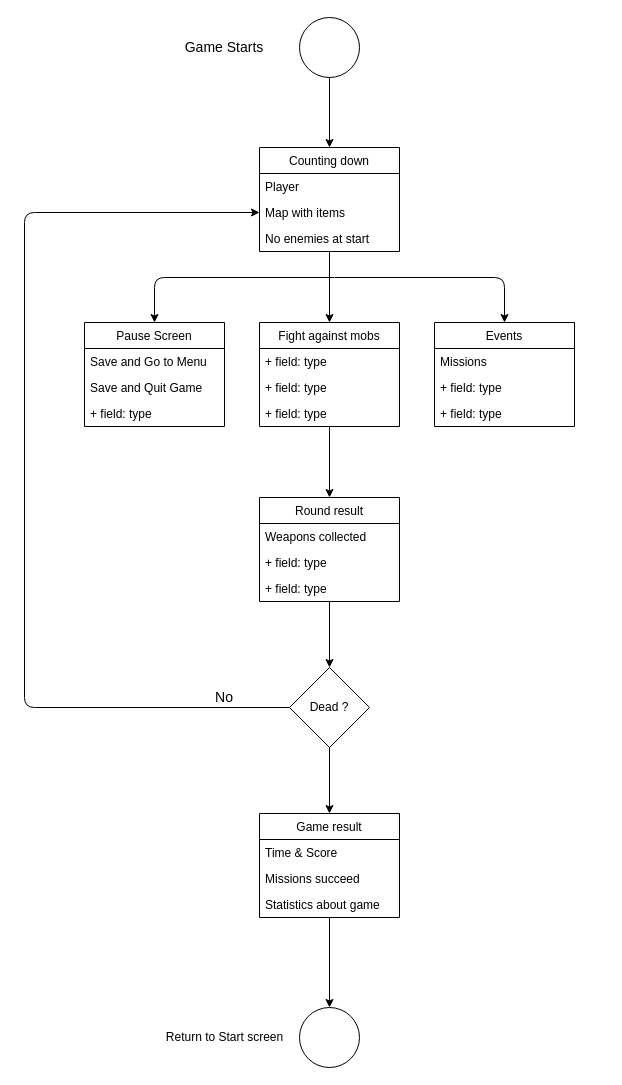
Above: GameRunning.drawio in RomainGsd/Binus-GameDesign (draw.io), before the change. Source tidied: cells renumbered, new cells numbered last; positions are measured from the earlier drawing's top-left corner, leaving out a move shared by most shapes. Both pictures are drawn from the tidied source at 100%, with x=0, y=0 at pixel (24, 17).
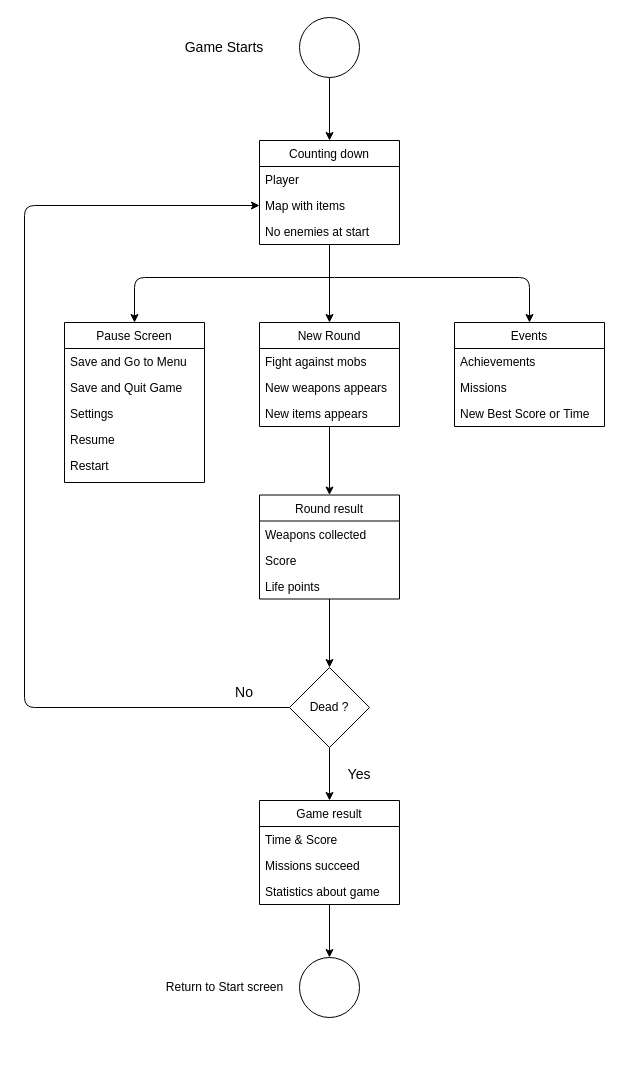
Above is the later version.

The change refers to these unchanged cells:
```xml
<mxCell id="6" value="Map with items" style="text;strokeColor=none;fillColor=none;align=left;verticalAlign=top;spacingLeft=4;spacingRight=4;overflow=hidden;points=[[0,0.5],[1,0.5]];portConstraint=eastwest;" parent="4" vertex="1">
  <mxGeometry y="52" width="140" height="26" as="geometry" />
</mxCell>
<mxCell id="14" value="Dead ?" style="rhombus;whiteSpace=wrap;html=1;" parent="1" vertex="1">
  <mxGeometry x="265" y="650" width="80" height="80" as="geometry" />
</mxCell>
```

Diff of the diagram source:
```diff
@@
     <mxCell id="4" value="Counting down" style="swimlane;fontStyle=0;horizontal=1;startSize=26;fillColor=none;" parent="1" vertex="1">
-      <mxGeometry x="235" y="130" width="140" height="104" as="geometry" />
+      <mxGeometry x="235" y="123" width="140" height="104" as="geometry" />
     </mxCell>
@@
-    <mxCell id="9" value="Fight against mobs" style="swimlane;fontStyle=0;horizontal=1;startSize=26;fillColor=none;" parent="1" vertex="1">
+    <mxCell id="9" value="New Round" style="swimlane;fontStyle=0;horizontal=1;startSize=26;fillColor=none;" parent="1" vertex="1">
       <mxGeometry x="235" y="305" width="140" height="104" as="geometry" />
     </mxCell>
-    <mxCell id="10" value="+ field: type" style="text;strokeColor=none;fillColor=none;align=left;verticalAlign=top;spacingLeft=4;spacingRight=4;overflow=hidden;" parent="9" vertex="1">
+    <mxCell id="10" value="Fight against mobs" style="text;strokeColor=none;fillColor=none;align=left;verticalAlign=top;spacingLeft=4;spacingRight=4;overflow=hidden;" parent="9" vertex="1">
       <mxGeometry y="26" width="140" height="26" as="geometry" />
     </mxCell>
-    <mxCell id="11" value="+ field: type" style="text;strokeColor=none;fillColor=none;align=left;verticalAlign=top;spacingLeft=4;spacingRight=4;overflow=hidden;" parent="9" vertex="1">
+    <mxCell id="11" value="New weapons appears" style="text;strokeColor=none;fillColor=none;align=left;verticalAlign=top;spacingLeft=4;spacingRight=4;overflow=hidden;" parent="9" vertex="1">
       <mxGeometry y="52" width="140" height="26" as="geometry" />
     </mxCell>
-    <mxCell id="12" value="+ field: type" style="text;strokeColor=none;fillColor=none;align=left;verticalAlign=top;spacingLeft=4;spacingRight=4;overflow=hidden;" parent="9" vertex="1">
+    <mxCell id="12" value="New items appears" style="text;strokeColor=none;fillColor=none;align=left;verticalAlign=top;spacingLeft=4;spacingRight=4;overflow=hidden;" parent="9" vertex="1">
       <mxGeometry y="78" width="140" height="26" as="geometry" />
     </mxCell>
@@
     <mxCell id="15" style="endArrow=classic;html=1;exitX=0;exitY=0.5;exitDx=0;exitDy=0;entryX=0;entryY=0.5;entryDx=0;entryDy=0;" parent="1" edge="1" source="14" target="6">
       <mxGeometry relative="1" as="geometry">
         <Array as="points">
           <mxPoint y="690" />
-          <mxPoint y="195" />
+          <mxPoint y="188" />
         </Array>
       </mxGeometry>
     </mxCell>
-    <mxCell id="16" value="&lt;font style=&quot;font-size: 14px&quot;&gt;No&lt;/font&gt;" style="text;html=1;strokeColor=none;fillColor=none;align=center;verticalAlign=middle;whiteSpace=wrap;rounded=0;" parent="1" vertex="1">
-      <mxGeometry x="180" y="670" width="40" height="20" as="geometry" />
+    <mxCell id="16" value="&lt;font style=&quot;font-size: 14px;&quot;&gt;No&lt;/font&gt;" style="text;html=1;strokeColor=none;fillColor=none;align=center;verticalAlign=middle;whiteSpace=wrap;rounded=0;fontSize=14;" parent="1" vertex="1">
+      <mxGeometry x="200" y="660" width="40" height="30" as="geometry" />
     </mxCell>
     <mxCell id="17" value="Round result" style="swimlane;fontStyle=0;horizontal=1;startSize=26;fillColor=none;" parent="1" vertex="1">
-      <mxGeometry x="235" y="480" width="140" height="104" as="geometry" />
+      <mxGeometry x="235" y="477.5" width="140" height="104" as="geometry" />
     </mxCell>
@@
-    <mxCell id="19" value="+ field: type" style="text;strokeColor=none;fillColor=none;align=left;verticalAlign=top;spacingLeft=4;spacingRight=4;overflow=hidden;" parent="17" vertex="1">
+    <mxCell id="19" value="Score" style="text;strokeColor=none;fillColor=none;align=left;verticalAlign=top;spacingLeft=4;spacingRight=4;overflow=hidden;" parent="17" vertex="1">
       <mxGeometry y="52" width="140" height="26" as="geometry" />
     </mxCell>
-    <mxCell id="20" value="+ field: type" style="text;strokeColor=none;fillColor=none;align=left;verticalAlign=top;spacingLeft=4;spacingRight=4;overflow=hidden;" parent="17" vertex="1">
+    <mxCell id="20" value="Life points" style="text;strokeColor=none;fillColor=none;align=left;verticalAlign=top;spacingLeft=4;spacingRight=4;overflow=hidden;" parent="17" vertex="1">
       <mxGeometry y="78" width="140" height="26" as="geometry" />
     </mxCell>
@@
     <mxCell id="23" value="Game result" style="swimlane;fontStyle=0;horizontal=1;startSize=26;fillColor=none;" parent="1" vertex="1">
-      <mxGeometry x="235" y="796" width="140" height="104" as="geometry" />
+      <mxGeometry x="235" y="783" width="140" height="104" as="geometry" />
     </mxCell>
@@
     <mxCell id="28" style="ellipse;whiteSpace=wrap;html=1;" parent="1" vertex="1">
-      <mxGeometry x="275" y="990" width="60" height="60" as="geometry" />
+      <mxGeometry x="275" y="940" width="60" height="60" as="geometry" />
     </mxCell>
@@
     <mxCell id="30" value="Return to Start screen" style="text;html=1;strokeColor=none;fillColor=none;align=center;verticalAlign=middle;whiteSpace=wrap;rounded=0;" parent="1" vertex="1">
-      <mxGeometry x="132.5" y="1005" width="135" height="30" as="geometry" />
+      <mxGeometry x="132.5" y="955" width="135" height="30" as="geometry" />
     </mxCell>
     <mxCell id="31" value="Events" style="swimlane;fontStyle=0;horizontal=1;startSize=26;fillColor=none;" parent="1" vertex="1">
-      <mxGeometry x="410" y="305" width="140" height="104" as="geometry" />
+      <mxGeometry x="430" y="305" width="150" height="104" as="geometry" />
     </mxCell>
-    <mxCell id="32" value="Missions" style="text;strokeColor=none;fillColor=none;align=left;verticalAlign=top;spacingLeft=4;spacingRight=4;overflow=hidden;" parent="31" vertex="1">
-      <mxGeometry y="26" width="140" height="26" as="geometry" />
+    <mxCell id="32" value="Achievements" style="text;strokeColor=none;fillColor=none;align=left;verticalAlign=top;spacingLeft=4;spacingRight=4;overflow=hidden;" parent="31" vertex="1">
+      <mxGeometry y="26" width="150" height="26" as="geometry" />
     </mxCell>
-    <mxCell id="33" value="+ field: type" style="text;strokeColor=none;fillColor=none;align=left;verticalAlign=top;spacingLeft=4;spacingRight=4;overflow=hidden;" parent="31" vertex="1">
-      <mxGeometry y="52" width="140" height="26" as="geometry" />
+    <mxCell id="33" value="Missions" style="text;strokeColor=none;fillColor=none;align=left;verticalAlign=top;spacingLeft=4;spacingRight=4;overflow=hidden;" parent="31" vertex="1">
+      <mxGeometry y="52" width="150" height="26" as="geometry" />
     </mxCell>
-    <mxCell id="34" value="+ field: type" style="text;strokeColor=none;fillColor=none;align=left;verticalAlign=top;spacingLeft=4;spacingRight=4;overflow=hidden;" parent="31" vertex="1">
-      <mxGeometry y="78" width="140" height="26" as="geometry" />
+    <mxCell id="34" value="New Best Score or Time" style="text;strokeColor=none;fillColor=none;align=left;verticalAlign=top;spacingLeft=4;spacingRight=4;overflow=hidden;" parent="31" vertex="1">
+      <mxGeometry y="78" width="150" height="26" as="geometry" />
     </mxCell>
     <mxCell id="35" style="endArrow=classic;html=1;entryX=0.5;entryY=0;entryDx=0;entryDy=0;" parent="1" edge="1" target="31">
       <mxGeometry relative="1" as="geometry">
         <mxPoint x="310" y="260" as="sourcePoint" />
         <Array as="points">
-          <mxPoint x="480" y="260" />
+          <mxPoint x="505" y="260" />
         </Array>
       </mxGeometry>
     </mxCell>
     <mxCell id="36" value="Pause Screen" style="swimlane;fontStyle=0;horizontal=1;startSize=26;fillColor=none;" parent="1" vertex="1">
-      <mxGeometry x="60" y="305" width="140" height="104" as="geometry" />
+      <mxGeometry x="40" y="305" width="140" height="160" as="geometry" />
     </mxCell>
@@
-    <mxCell id="39" value="+ field: type" style="text;strokeColor=none;fillColor=none;align=left;verticalAlign=top;spacingLeft=4;spacingRight=4;overflow=hidden;" parent="36" vertex="1">
+    <mxCell id="39" value="Settings" style="text;strokeColor=none;fillColor=none;align=left;verticalAlign=top;spacingLeft=4;spacingRight=4;overflow=hidden;" parent="36" vertex="1">
       <mxGeometry y="78" width="140" height="26" as="geometry" />
     </mxCell>
+    <mxCell id="41" value="Resume" style="text;html=1;strokeColor=none;fillColor=none;align=left;verticalAlign=top;whiteSpace=wrap;rounded=0;spacingLeft=4;spacingRight=4;" parent="36" vertex="1">
+      <mxGeometry y="104" width="140" height="26" as="geometry" />
+    </mxCell>
+    <mxCell id="42" value="Restart" style="text;html=1;strokeColor=none;fillColor=none;align=left;verticalAlign=top;whiteSpace=wrap;rounded=0;spacingLeft=4;spacingRight=4;" parent="36" vertex="1">
+      <mxGeometry y="130" width="140" height="30" as="geometry" />
+    </mxCell>
     <mxCell id="40" style="endArrow=classic;html=1;entryX=0.5;entryY=0;entryDx=0;entryDy=0;" parent="1" edge="1" target="36">
       <mxGeometry relative="1" as="geometry">
         <mxPoint x="310" y="260" as="sourcePoint" />
         <Array as="points">
-          <mxPoint x="130" y="260" />
+          <mxPoint x="110" y="260" />
         </Array>
       </mxGeometry>
     </mxCell>
+    <mxCell id="43" value="Yes" style="text;html=1;strokeColor=none;fillColor=none;align=center;verticalAlign=middle;whiteSpace=wrap;rounded=0;fontSize=14;" parent="1" vertex="1">
+      <mxGeometry x="315" y="743.5" width="40" height="26" as="geometry" />
+    </mxCell>
```
